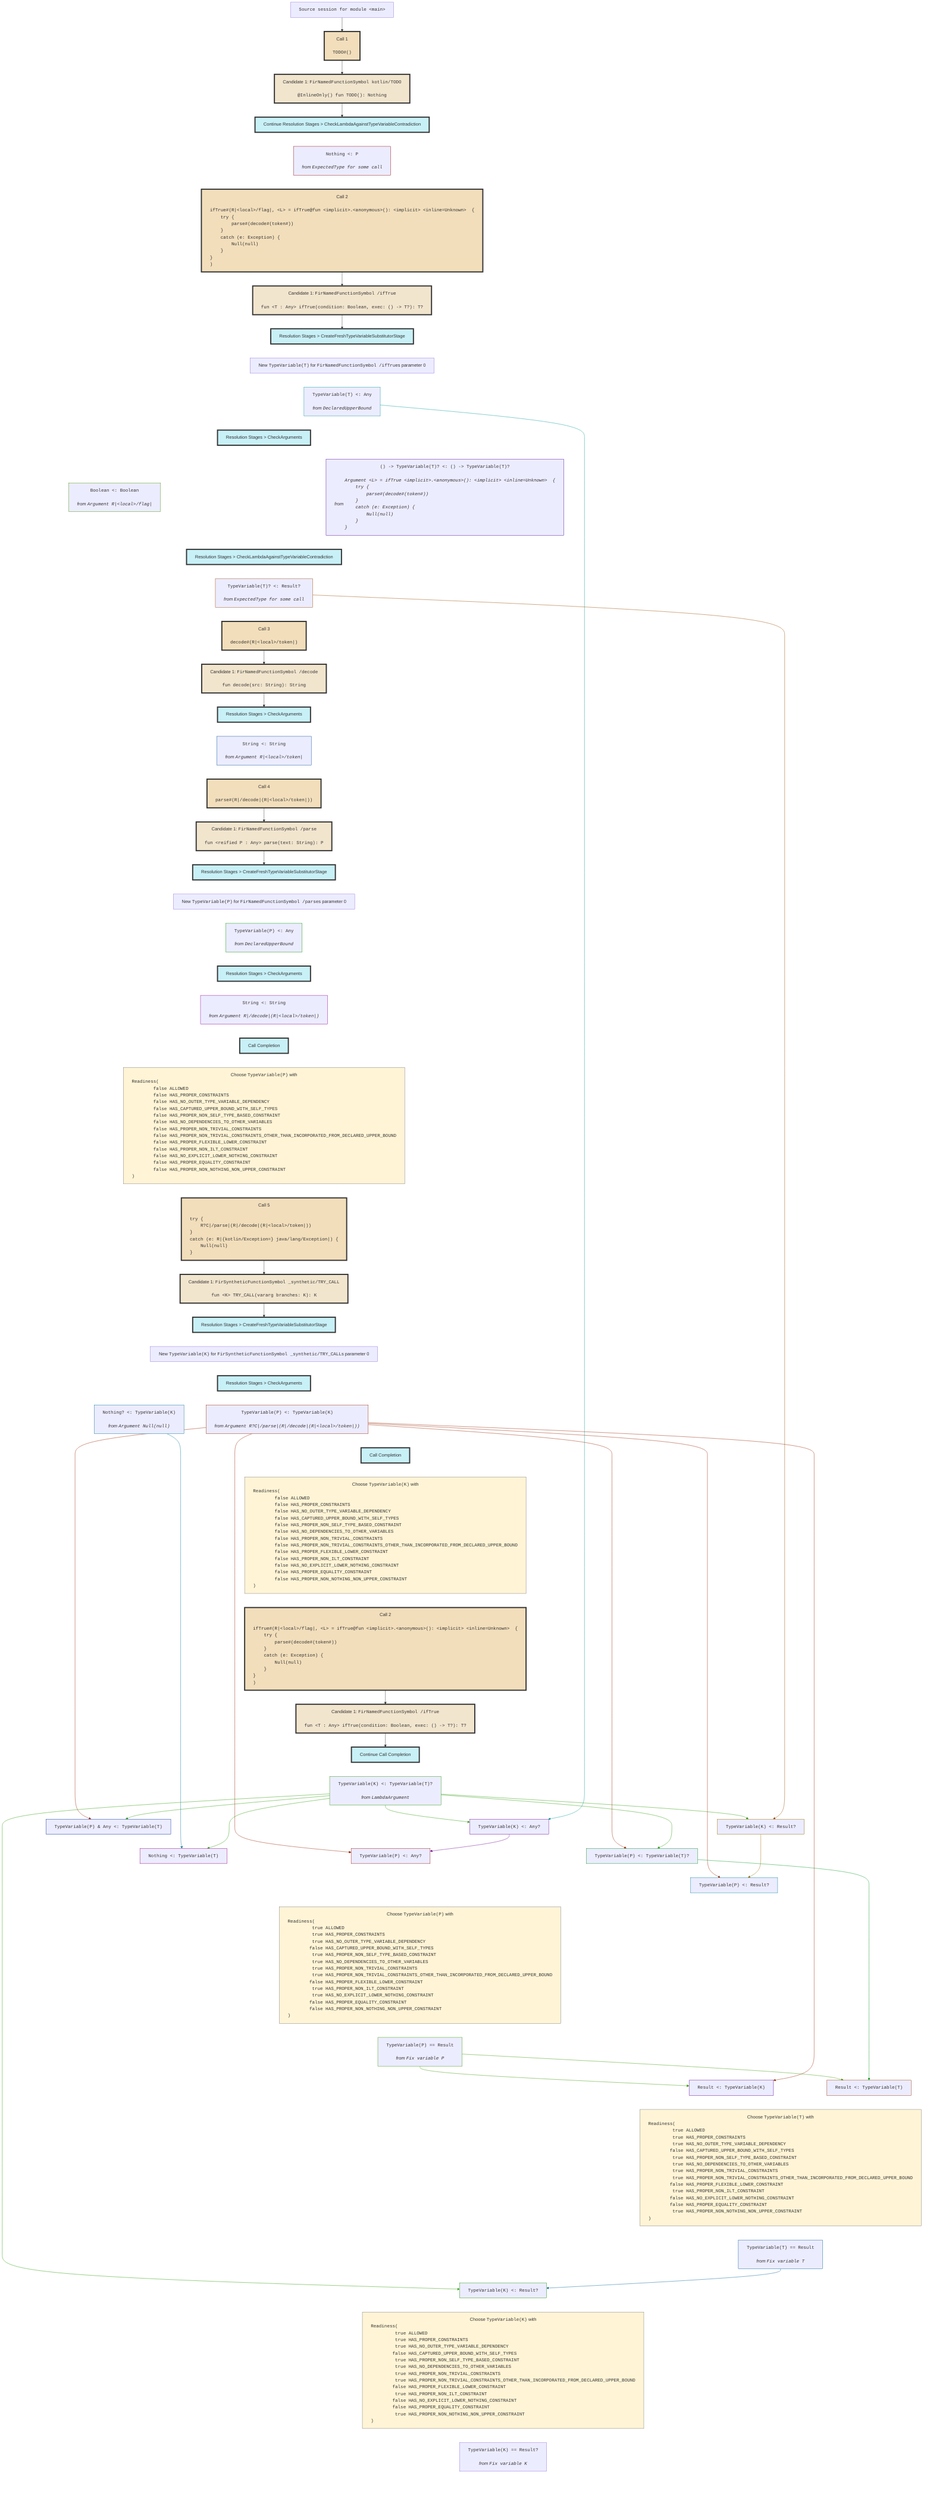
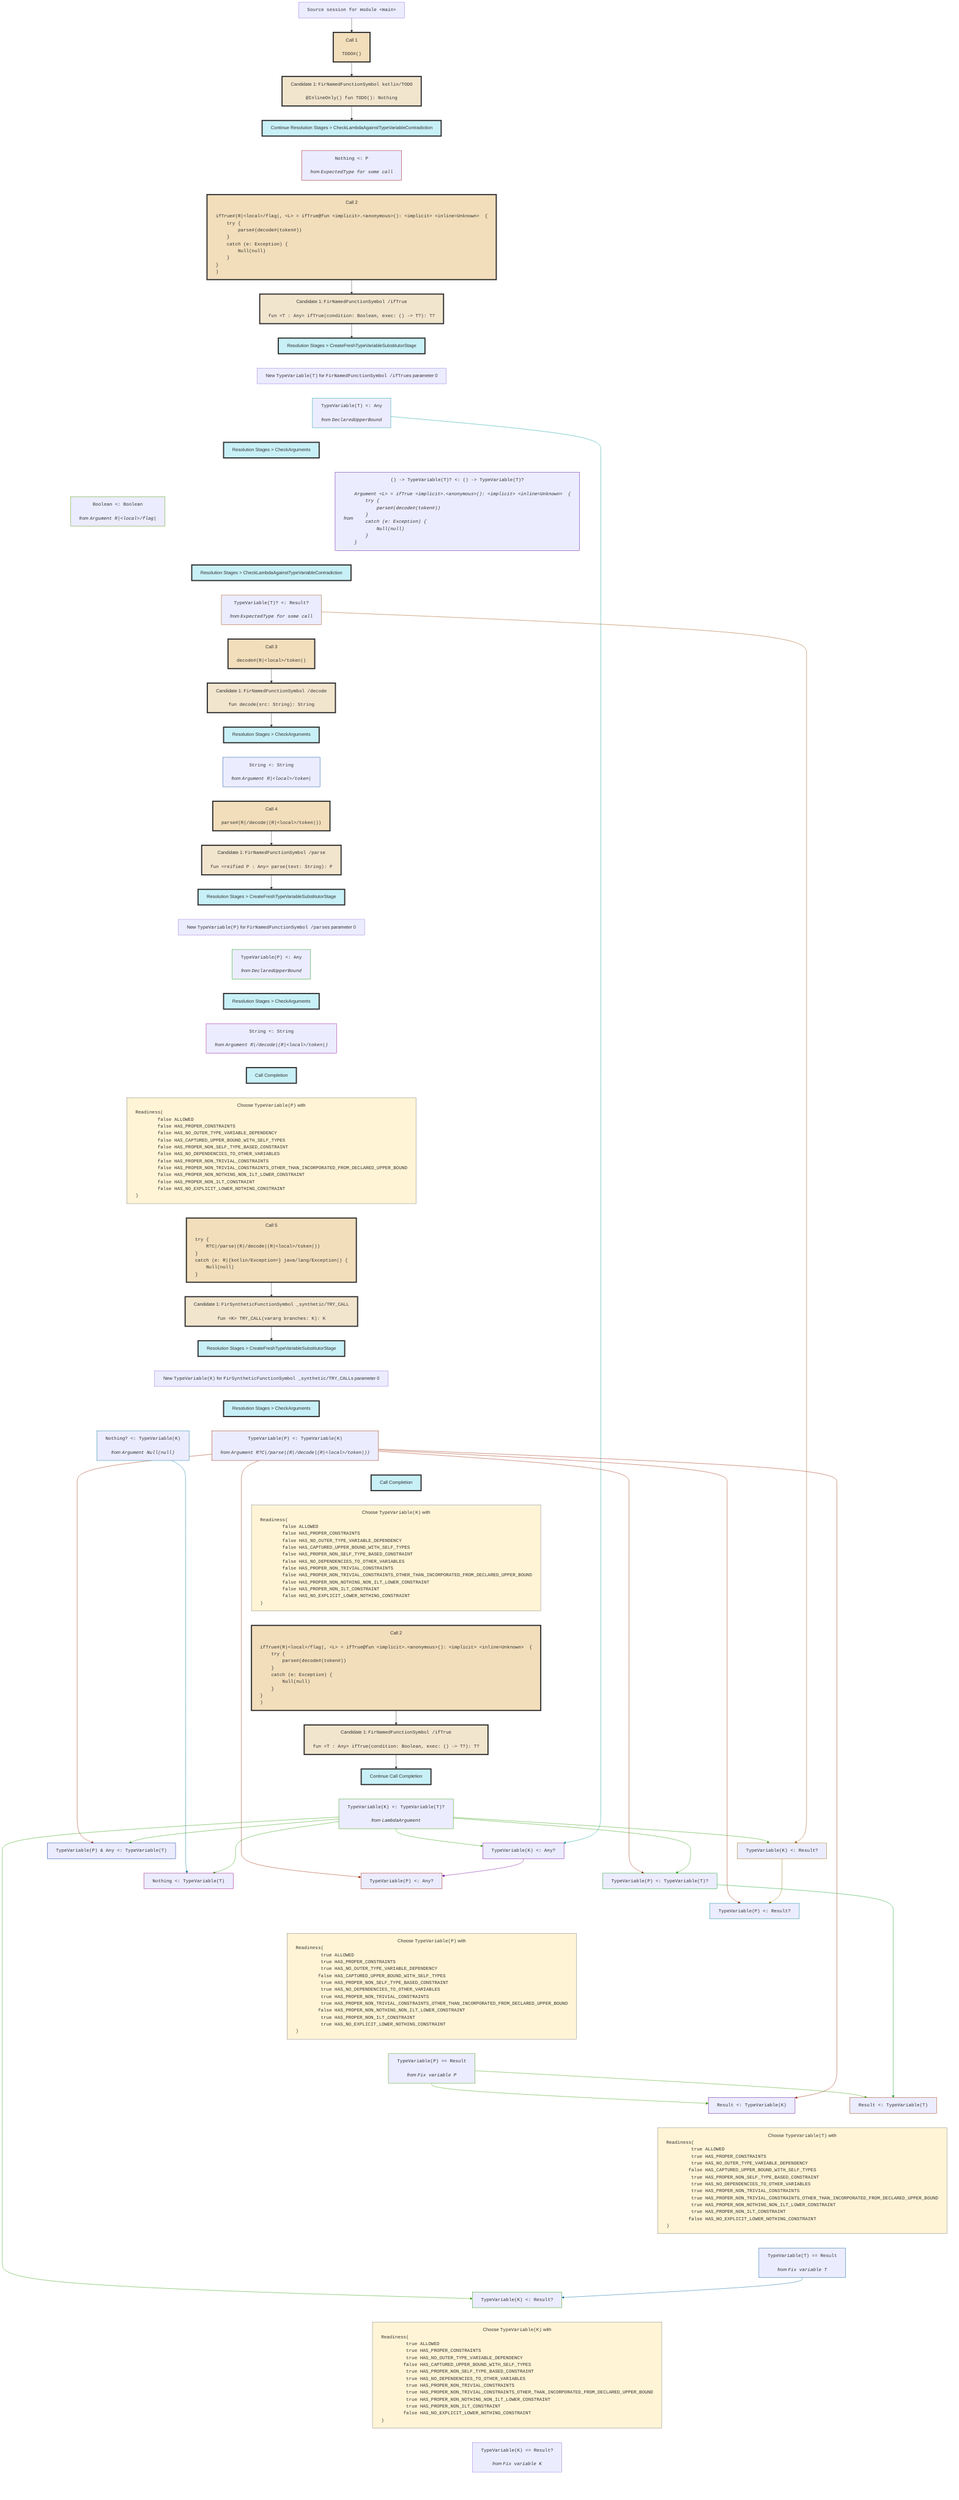
flowchart TD
    classDef nowrapClass text-align:center,white-space:nowrap;
    classDef callStyle fill:#f2debb,stroke:#333,stroke-width:4px;
    classDef candidateStyle fill:#f2e5ce,stroke:#333,stroke-width:4px;
    classDef stageStyle fill:#c8f0f7,stroke:#333,stroke-width:4px;
    classDef readinessStyle fill:#fff4d6,stroke:#777,stroke-width:1px;

    session0["<tt>Source session for module &lt;main></tt>"]
    class session0 nowrapClass;

    session0 --> call1

    call1["Call 1<br><br><pre style="display: inline-block;vertical-align: middle;text-align: left;margin: 0;"><tt>TODO#()</tt></pre>"]
    class call1 nowrapClass;
    class call1 callStyle;

    call1 --> candidate2

    candidate2["Candidate 1: <tt>FirNamedFunctionSymbol kotlin/TODO</tt><br><br><pre style="display: inline-block;vertical-align: middle;text-align: left;margin: 0;"><tt>@InlineOnly() fun TODO(): Nothing
</tt></pre>"]
    class candidate2 nowrapClass;
    class candidate2 candidateStyle;

    candidate2 --> stage3

    stage3["Continue Resolution Stages > CheckLambdaAgainstTypeVariableContradiction"]
    class stage3 nowrapClass;
    class stage3 stageStyle;
    constraint4["<tt>Nothing &lt;: P</tt><br><br><i><div style="display: inline-block;vertical-align: middle;">from</div> <pre style="display: inline-block;vertical-align: middle;text-align: left;margin: 0;"><tt>ExpectedType for some call</tt></pre></i>"]
    class constraint4 nowrapClass;
    stage3 ~~~ constraint4

    constraint4 ~~~ call5

    call5["Call 2<br><br><pre style="display: inline-block;vertical-align: middle;text-align: left;margin: 0;"><tt>ifTrue#(R|&lt;local>/flag|, &lt;L> = ifTrue@fun &lt;implicit>.&lt;anonymous>(): &lt;implicit> &lt;inline=Unknown>  {
    try {
        parse#(decode#(token#))
    }
    catch (e: Exception) {
        Null(null)
    }

}
)</tt></pre>"]
    class call5 nowrapClass;
    class call5 callStyle;

    call5 --> candidate6

    candidate6["Candidate 1: <tt>FirNamedFunctionSymbol /ifTrue</tt><br><br><pre style="display: inline-block;vertical-align: middle;text-align: left;margin: 0;"><tt>fun &lt;T : Any> ifTrue(condition: Boolean, exec: () -> T?): T?
</tt></pre>"]
    class candidate6 nowrapClass;
    class candidate6 candidateStyle;

    candidate6 --> stage7

    stage7["Resolution Stages > CreateFreshTypeVariableSubstitutorStage"]
    class stage7 nowrapClass;
    class stage7 stageStyle;

    stage7 ~~~ newVariable8

    newVariable8["New <tt>TypeVariable(T)</tt> for <tt>FirNamedFunctionSymbol /ifTrue</tt>s parameter 0"]
    class newVariable8 nowrapClass;
    constraint9["<tt>TypeVariable(T) &lt;: Any</tt><br><br><i><div style="display: inline-block;vertical-align: middle;">from</div> <pre style="display: inline-block;vertical-align: middle;text-align: left;margin: 0;"><tt>DeclaredUpperBound</tt></pre></i>"]
    class constraint9 nowrapClass;
    newVariable8 ~~~ constraint9

    constraint9 ~~~ stage10

    stage10["Resolution Stages > CheckArguments"]
    class stage10 nowrapClass;
    class stage10 stageStyle;
    constraint11["<tt>Boolean &lt;: Boolean</tt><br><br><i><div style="display: inline-block;vertical-align: middle;">from</div> <pre style="display: inline-block;vertical-align: middle;text-align: left;margin: 0;"><tt>Argument R|&lt;local>/flag|</tt></pre></i>"]
    class constraint11 nowrapClass;
    stage10 ~~~ constraint11
    constraint12["<tt>() -> TypeVariable(T)? &lt;: () -> TypeVariable(T)?</tt><br><br><i><div style="display: inline-block;vertical-align: middle;">from</div> <pre style="display: inline-block;vertical-align: middle;text-align: left;margin: 0;"><tt>Argument &lt;L> = ifTrue &lt;implicit>.&lt;anonymous>(): &lt;implicit> &lt;inline=Unknown>  {
    try {
        parse#(decode#(token#))
    }
    catch (e: Exception) {
        Null(null)
    }

}
</tt></pre></i>"]
    class constraint12 nowrapClass;
    stage10 ~~~ constraint12

    constraint11 ~~~ stage13
    constraint12 ~~~ stage13

    stage13["Resolution Stages > CheckLambdaAgainstTypeVariableContradiction"]
    class stage13 nowrapClass;
    class stage13 stageStyle;
    constraint14["<tt>TypeVariable(T)? &lt;: Result?</tt><br><br><i><div style="display: inline-block;vertical-align: middle;">from</div> <pre style="display: inline-block;vertical-align: middle;text-align: left;margin: 0;"><tt>ExpectedType for some call</tt></pre></i>"]
    class constraint14 nowrapClass;
    stage13 ~~~ constraint14

    constraint14 ~~~ call15

    call15["Call 3<br><br><pre style="display: inline-block;vertical-align: middle;text-align: left;margin: 0;"><tt>decode#(R|&lt;local>/token|)</tt></pre>"]
    class call15 nowrapClass;
    class call15 callStyle;

    call15 --> candidate16

    candidate16["Candidate 1: <tt>FirNamedFunctionSymbol /decode</tt><br><br><pre style="display: inline-block;vertical-align: middle;text-align: left;margin: 0;"><tt>fun decode(src: String): String
</tt></pre>"]
    class candidate16 nowrapClass;
    class candidate16 candidateStyle;

    candidate16 --> stage17

    stage17["Resolution Stages > CheckArguments"]
    class stage17 nowrapClass;
    class stage17 stageStyle;
    constraint18["<tt>String &lt;: String</tt><br><br><i><div style="display: inline-block;vertical-align: middle;">from</div> <pre style="display: inline-block;vertical-align: middle;text-align: left;margin: 0;"><tt>Argument R|&lt;local>/token|</tt></pre></i>"]
    class constraint18 nowrapClass;
    stage17 ~~~ constraint18

    constraint18 ~~~ call19

    call19["Call 4<br><br><pre style="display: inline-block;vertical-align: middle;text-align: left;margin: 0;"><tt>parse#(R|/decode|(R|&lt;local>/token|))</tt></pre>"]
    class call19 nowrapClass;
    class call19 callStyle;

    call19 --> candidate20

    candidate20["Candidate 1: <tt>FirNamedFunctionSymbol /parse</tt><br><br><pre style="display: inline-block;vertical-align: middle;text-align: left;margin: 0;"><tt>fun &lt;reified P : Any> parse(text: String): P
</tt></pre>"]
    class candidate20 nowrapClass;
    class candidate20 candidateStyle;

    candidate20 --> stage21

    stage21["Resolution Stages > CreateFreshTypeVariableSubstitutorStage"]
    class stage21 nowrapClass;
    class stage21 stageStyle;

    stage21 ~~~ newVariable22

    newVariable22["New <tt>TypeVariable(P)</tt> for <tt>FirNamedFunctionSymbol /parse</tt>s parameter 0"]
    class newVariable22 nowrapClass;
    constraint23["<tt>TypeVariable(P) &lt;: Any</tt><br><br><i><div style="display: inline-block;vertical-align: middle;">from</div> <pre style="display: inline-block;vertical-align: middle;text-align: left;margin: 0;"><tt>DeclaredUpperBound</tt></pre></i>"]
    class constraint23 nowrapClass;
    newVariable22 ~~~ constraint23

    constraint23 ~~~ stage24

    stage24["Resolution Stages > CheckArguments"]
    class stage24 nowrapClass;
    class stage24 stageStyle;
    constraint25["<tt>String &lt;: String</tt><br><br><i><div style="display: inline-block;vertical-align: middle;">from</div> <pre style="display: inline-block;vertical-align: middle;text-align: left;margin: 0;"><tt>Argument R|/decode|(R|&lt;local>/token|)</tt></pre></i>"]
    class constraint25 nowrapClass;
    stage24 ~~~ constraint25

    constraint25 ~~~ stage26

    stage26["Call Completion"]
    class stage26 nowrapClass;
    class stage26 stageStyle;

    stage26 ~~~ variableReadiness27

    variableReadiness27["Choose <tt>TypeVariable(P)</tt> with <pre style="display: inline-block;vertical-align: middle;text-align: left;margin: 0;"><tt>Readiness(
	false ALLOWED
	false HAS_PROPER_CONSTRAINTS
	false HAS_NO_OUTER_TYPE_VARIABLE_DEPENDENCY
	false HAS_CAPTURED_UPPER_BOUND_WITH_SELF_TYPES
	false HAS_PROPER_NON_SELF_TYPE_BASED_CONSTRAINT
	false HAS_NO_DEPENDENCIES_TO_OTHER_VARIABLES
	false HAS_PROPER_NON_TRIVIAL_CONSTRAINTS
	false HAS_PROPER_NON_TRIVIAL_CONSTRAINTS_OTHER_THAN_INCORPORATED_FROM_DECLARED_UPPER_BOUND
- 	false HAS_PROPER_FLEXIBLE_LOWER_CONSTRAINT
+ 	false HAS_PROPER_NON_NOTHING_NON_ILT_LOWER_CONSTRAINT
	false HAS_PROPER_NON_ILT_CONSTRAINT
	false HAS_NO_EXPLICIT_LOWER_NOTHING_CONSTRAINT
- 	false HAS_PROPER_EQUALITY_CONSTRAINT
- 	false HAS_PROPER_NON_NOTHING_NON_UPPER_CONSTRAINT
)</tt></pre>"]
    class variableReadiness27 nowrapClass;
    class variableReadiness27 readinessStyle;

    variableReadiness27 ~~~ call28

    call28["Call 5<br><br><pre style="display: inline-block;vertical-align: middle;text-align: left;margin: 0;"><tt>try {
    R?C|/parse|(R|/decode|(R|&lt;local>/token|))
}
catch (e: R|{kotlin/Exception=} java/lang/Exception|) {
    Null(null)
}
</tt></pre>"]
    class call28 nowrapClass;
    class call28 callStyle;

    call28 --> candidate29

    candidate29["Candidate 1: <tt>FirSyntheticFunctionSymbol _synthetic/TRY_CALL</tt><br><br><pre style="display: inline-block;vertical-align: middle;text-align: left;margin: 0;"><tt>fun &lt;K> TRY_CALL(vararg branches: K): K
</tt></pre>"]
    class candidate29 nowrapClass;
    class candidate29 candidateStyle;

    candidate29 --> stage30

    stage30["Resolution Stages > CreateFreshTypeVariableSubstitutorStage"]
    class stage30 nowrapClass;
    class stage30 stageStyle;

    stage30 ~~~ newVariable31

    newVariable31["New <tt>TypeVariable(K)</tt> for <tt>FirSyntheticFunctionSymbol _synthetic/TRY_CALL</tt>s parameter 0"]
    class newVariable31 nowrapClass;

    newVariable31 ~~~ stage32

    stage32["Resolution Stages > CheckArguments"]
    class stage32 nowrapClass;
    class stage32 stageStyle;
    constraint33["<tt>TypeVariable(P) &lt;: TypeVariable(K)</tt><br><br><i><div style="display: inline-block;vertical-align: middle;">from</div> <pre style="display: inline-block;vertical-align: middle;text-align: left;margin: 0;"><tt>Argument R?C|/parse|(R|/decode|(R|&lt;local>/token|))</tt></pre></i>"]
    class constraint33 nowrapClass;
    stage32 ~~~ constraint33
    constraint34["<tt>Nothing? &lt;: TypeVariable(K)</tt><br><br><i><div style="display: inline-block;vertical-align: middle;">from</div> <pre style="display: inline-block;vertical-align: middle;text-align: left;margin: 0;"><tt>Argument Null(null)</tt></pre></i>"]
    class constraint34 nowrapClass;
    stage32 ~~~ constraint34

    constraint33 ~~~ stage35
    constraint34 ~~~ stage35

    stage35["Call Completion"]
    class stage35 nowrapClass;
    class stage35 stageStyle;

    stage35 ~~~ variableReadiness36

    variableReadiness36["Choose <tt>TypeVariable(K)</tt> with <pre style="display: inline-block;vertical-align: middle;text-align: left;margin: 0;"><tt>Readiness(
	false ALLOWED
	false HAS_PROPER_CONSTRAINTS
	false HAS_NO_OUTER_TYPE_VARIABLE_DEPENDENCY
	false HAS_CAPTURED_UPPER_BOUND_WITH_SELF_TYPES
	false HAS_PROPER_NON_SELF_TYPE_BASED_CONSTRAINT
	false HAS_NO_DEPENDENCIES_TO_OTHER_VARIABLES
	false HAS_PROPER_NON_TRIVIAL_CONSTRAINTS
	false HAS_PROPER_NON_TRIVIAL_CONSTRAINTS_OTHER_THAN_INCORPORATED_FROM_DECLARED_UPPER_BOUND
- 	false HAS_PROPER_FLEXIBLE_LOWER_CONSTRAINT
+ 	false HAS_PROPER_NON_NOTHING_NON_ILT_LOWER_CONSTRAINT
	false HAS_PROPER_NON_ILT_CONSTRAINT
	false HAS_NO_EXPLICIT_LOWER_NOTHING_CONSTRAINT
- 	false HAS_PROPER_EQUALITY_CONSTRAINT
- 	false HAS_PROPER_NON_NOTHING_NON_UPPER_CONSTRAINT
)</tt></pre>"]
    class variableReadiness36 nowrapClass;
    class variableReadiness36 readinessStyle;

    variableReadiness36 ~~~ call37

    call37["Call 2<br><br><pre style="display: inline-block;vertical-align: middle;text-align: left;margin: 0;"><tt>ifTrue#(R|&lt;local>/flag|, &lt;L> = ifTrue@fun &lt;implicit>.&lt;anonymous>(): &lt;implicit> &lt;inline=Unknown>  {
    try {
        parse#(decode#(token#))
    }
    catch (e: Exception) {
        Null(null)
    }

}
)</tt></pre>"]
    class call37 nowrapClass;
    class call37 callStyle;

    call37 --> candidate38

    candidate38["Candidate 1: <tt>FirNamedFunctionSymbol /ifTrue</tt><br><br><pre style="display: inline-block;vertical-align: middle;text-align: left;margin: 0;"><tt>fun &lt;T : Any> ifTrue(condition: Boolean, exec: () -> T?): T?
</tt></pre>"]
    class candidate38 nowrapClass;
    class candidate38 candidateStyle;

    candidate38 --> stage39

    stage39["Continue Call Completion"]
    class stage39 nowrapClass;
    class stage39 stageStyle;
    constraint43["<tt>TypeVariable(K) &lt;: TypeVariable(T)?</tt><br><br><i><div style="display: inline-block;vertical-align: middle;">from</div> <pre style="display: inline-block;vertical-align: middle;text-align: left;margin: 0;"><tt>LambdaArgument</tt></pre></i>"]
    class constraint43 nowrapClass;
    stage39 ~~~ constraint43
    constraint44["<tt>TypeVariable(K) &lt;: Any?</tt>"]
    class constraint44 nowrapClass;
    constraint43 --> constraint44
    constraint9 --> constraint44
    constraint45["<tt>TypeVariable(K) &lt;: Result?</tt>"]
    class constraint45 nowrapClass;
    constraint43 --> constraint45
    constraint14 --> constraint45
    constraint46["<tt>TypeVariable(P) &amp; Any &lt;: TypeVariable(T)</tt>"]
    class constraint46 nowrapClass;
    constraint33 --> constraint46
    constraint43 --> constraint46
    constraint47["<tt>TypeVariable(P) &lt;: TypeVariable(T)?</tt>"]
    class constraint47 nowrapClass;
    constraint33 --> constraint47
    constraint43 ---> constraint47
    constraint48["<tt>Nothing &lt;: TypeVariable(T)</tt>"]
    class constraint48 nowrapClass;
    constraint34 --> constraint48
    constraint43 ---> constraint48
    constraint49["<tt>TypeVariable(P) &lt;: Any?</tt>"]
    class constraint49 nowrapClass;
    constraint33 --> constraint49
    constraint44 --> constraint49
    constraint50["<tt>TypeVariable(P) &lt;: Result?</tt>"]
    class constraint50 nowrapClass;
    constraint33 --> constraint50
    constraint45 ---> constraint50

    constraint46 ~~~~~ variableReadiness40
    constraint47 ~~~~ variableReadiness40
    constraint48 ~~~~ variableReadiness40
    constraint49 ~~~~ variableReadiness40
    constraint50 ~~~ variableReadiness40

    variableReadiness40["Choose <tt>TypeVariable(P)</tt> with <pre style="display: inline-block;vertical-align: middle;text-align: left;margin: 0;"><tt>Readiness(
	 true ALLOWED
	 true HAS_PROPER_CONSTRAINTS
	 true HAS_NO_OUTER_TYPE_VARIABLE_DEPENDENCY
	false HAS_CAPTURED_UPPER_BOUND_WITH_SELF_TYPES
	 true HAS_PROPER_NON_SELF_TYPE_BASED_CONSTRAINT
	 true HAS_NO_DEPENDENCIES_TO_OTHER_VARIABLES
	 true HAS_PROPER_NON_TRIVIAL_CONSTRAINTS
	 true HAS_PROPER_NON_TRIVIAL_CONSTRAINTS_OTHER_THAN_INCORPORATED_FROM_DECLARED_UPPER_BOUND
- 	false HAS_PROPER_FLEXIBLE_LOWER_CONSTRAINT
+ 	false HAS_PROPER_NON_NOTHING_NON_ILT_LOWER_CONSTRAINT
	 true HAS_PROPER_NON_ILT_CONSTRAINT
	 true HAS_NO_EXPLICIT_LOWER_NOTHING_CONSTRAINT
- 	false HAS_PROPER_EQUALITY_CONSTRAINT
- 	false HAS_PROPER_NON_NOTHING_NON_UPPER_CONSTRAINT
)</tt></pre>"]
    class variableReadiness40 nowrapClass;
    class variableReadiness40 readinessStyle;
    constraint51["<tt>TypeVariable(P) == Result</tt><br><br><i><div style="display: inline-block;vertical-align: middle;">from</div> <pre style="display: inline-block;vertical-align: middle;text-align: left;margin: 0;"><tt>Fix variable P</tt></pre></i>"]
    class constraint51 nowrapClass;
    variableReadiness40 ~~~ constraint51
    constraint52["<tt>Result &lt;: TypeVariable(K)</tt>"]
    class constraint52 nowrapClass;
    constraint51 --> constraint52
    constraint33 --> constraint52
    constraint53["<tt>Result &lt;: TypeVariable(T)</tt>"]
    class constraint53 nowrapClass;
    constraint51 --> constraint53
    constraint47 --> constraint53

    constraint52 ~~~ variableReadiness41
    constraint53 ~~~ variableReadiness41

    variableReadiness41["Choose <tt>TypeVariable(T)</tt> with <pre style="display: inline-block;vertical-align: middle;text-align: left;margin: 0;"><tt>Readiness(
	 true ALLOWED
	 true HAS_PROPER_CONSTRAINTS
	 true HAS_NO_OUTER_TYPE_VARIABLE_DEPENDENCY
	false HAS_CAPTURED_UPPER_BOUND_WITH_SELF_TYPES
	 true HAS_PROPER_NON_SELF_TYPE_BASED_CONSTRAINT
	 true HAS_NO_DEPENDENCIES_TO_OTHER_VARIABLES
	 true HAS_PROPER_NON_TRIVIAL_CONSTRAINTS
	 true HAS_PROPER_NON_TRIVIAL_CONSTRAINTS_OTHER_THAN_INCORPORATED_FROM_DECLARED_UPPER_BOUND
- 	false HAS_PROPER_FLEXIBLE_LOWER_CONSTRAINT
+ 	 true HAS_PROPER_NON_NOTHING_NON_ILT_LOWER_CONSTRAINT
	 true HAS_PROPER_NON_ILT_CONSTRAINT
	false HAS_NO_EXPLICIT_LOWER_NOTHING_CONSTRAINT
- 	false HAS_PROPER_EQUALITY_CONSTRAINT
- 	 true HAS_PROPER_NON_NOTHING_NON_UPPER_CONSTRAINT
)</tt></pre>"]
    class variableReadiness41 nowrapClass;
    class variableReadiness41 readinessStyle;
    constraint54["<tt>TypeVariable(T) == Result</tt><br><br><i><div style="display: inline-block;vertical-align: middle;">from</div> <pre style="display: inline-block;vertical-align: middle;text-align: left;margin: 0;"><tt>Fix variable T</tt></pre></i>"]
    class constraint54 nowrapClass;
    variableReadiness41 ~~~ constraint54
    constraint55["<tt>TypeVariable(K) &lt;: Result?</tt>"]
    class constraint55 nowrapClass;
    constraint43 --> constraint55
    constraint54 --> constraint55

    constraint55 ~~~ variableReadiness42

    variableReadiness42["Choose <tt>TypeVariable(K)</tt> with <pre style="display: inline-block;vertical-align: middle;text-align: left;margin: 0;"><tt>Readiness(
	 true ALLOWED
	 true HAS_PROPER_CONSTRAINTS
	 true HAS_NO_OUTER_TYPE_VARIABLE_DEPENDENCY
	false HAS_CAPTURED_UPPER_BOUND_WITH_SELF_TYPES
	 true HAS_PROPER_NON_SELF_TYPE_BASED_CONSTRAINT
	 true HAS_NO_DEPENDENCIES_TO_OTHER_VARIABLES
	 true HAS_PROPER_NON_TRIVIAL_CONSTRAINTS
	 true HAS_PROPER_NON_TRIVIAL_CONSTRAINTS_OTHER_THAN_INCORPORATED_FROM_DECLARED_UPPER_BOUND
- 	false HAS_PROPER_FLEXIBLE_LOWER_CONSTRAINT
+ 	 true HAS_PROPER_NON_NOTHING_NON_ILT_LOWER_CONSTRAINT
	 true HAS_PROPER_NON_ILT_CONSTRAINT
	false HAS_NO_EXPLICIT_LOWER_NOTHING_CONSTRAINT
- 	false HAS_PROPER_EQUALITY_CONSTRAINT
- 	 true HAS_PROPER_NON_NOTHING_NON_UPPER_CONSTRAINT
)</tt></pre>"]
    class variableReadiness42 nowrapClass;
    class variableReadiness42 readinessStyle;
    constraint56["<tt>TypeVariable(K) == Result?</tt><br><br><i><div style="display: inline-block;vertical-align: middle;">from</div> <pre style="display: inline-block;vertical-align: middle;text-align: left;margin: 0;"><tt>Fix variable K</tt></pre></i>"]
    class constraint56 nowrapClass;
    variableReadiness42 ~~~ constraint56

    linkStyle 4 stroke:#990000
    linkStyle 9 stroke:#009999
    linkStyle 12 stroke:#4c9900
    linkStyle 13 stroke:#4c0099
    linkStyle 15 stroke:#994900
    linkStyle 19 stroke:#004f99
    linkStyle 24 stroke:#039900
    linkStyle 26 stroke:#950099
    linkStyle 35 stroke:#992400
    linkStyle 36 stroke:#007499
    linkStyle 42 stroke:#279900
    linkStyle 43 stroke:#009999
    linkStyle 44 stroke:#279900
    linkStyle 45 stroke:#994900
    linkStyle 46 stroke:#992400
    linkStyle 47 stroke:#279900
    linkStyle 48 stroke:#992400
    linkStyle 49 stroke:#279900
    linkStyle 50 stroke:#007499
    linkStyle 51 stroke:#279900
    linkStyle 52 stroke:#992400
    linkStyle 53 stroke:#710099
    linkStyle 54 stroke:#992400
    linkStyle 55 stroke:#996d00
    linkStyle 56 stroke:#002b99
    linkStyle 57 stroke:#009921
    linkStyle 58 stroke:#990077
    linkStyle 59 stroke:#991200
    linkStyle 60 stroke:#008699
    linkStyle 62 stroke:#3a9900
    linkStyle 63 stroke:#992400
    linkStyle 64 stroke:#3a9900
    linkStyle 65 stroke:#009921
    linkStyle 66 stroke:#5e0099
    linkStyle 67 stroke:#993600
    linkStyle 69 stroke:#279900
    linkStyle 70 stroke:#006299
    linkStyle 71 stroke:#159900
    style constraint4 stroke:#990000;
    style constraint9 stroke:#009999;
    style constraint11 stroke:#4c9900;
    style constraint12 stroke:#4c0099;
    style constraint14 stroke:#994900;
    style constraint18 stroke:#004f99;
    style constraint23 stroke:#039900;
    style constraint25 stroke:#950099;
    style constraint33 stroke:#992400;
    style constraint34 stroke:#007499;
    style constraint43 stroke:#279900;
    style constraint44 stroke:#710099;
    style constraint45 stroke:#996d00;
    style constraint46 stroke:#002b99;
    style constraint47 stroke:#009921;
    style constraint48 stroke:#990077;
    style constraint49 stroke:#991200;
    style constraint50 stroke:#008699;
    style constraint51 stroke:#3a9900;
    style constraint52 stroke:#5e0099;
    style constraint53 stroke:#993600;
    style constraint54 stroke:#006299;
    style constraint55 stroke:#159900;